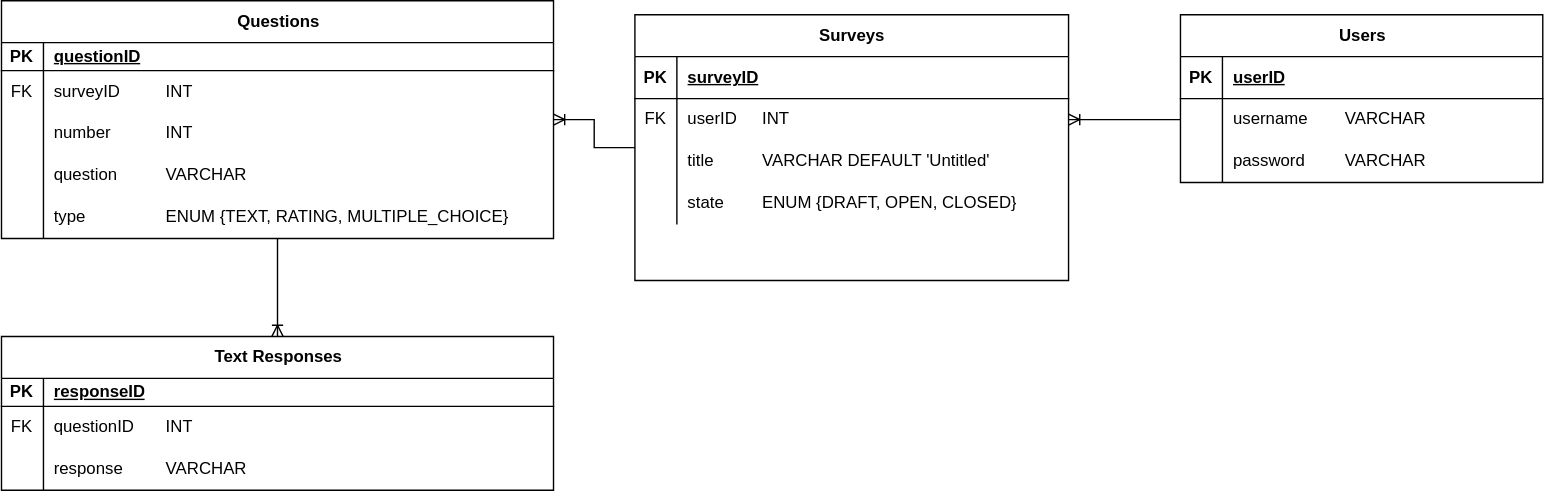
Earlier version of the draw.io export diagrams/db-schema.svg (JackieSL1/mini-survery-monkey). Source tidied: cells renumbered, new cells last; positions are measured from the earlier drawing's top-left corner, leaving out a move shared by most shapes.
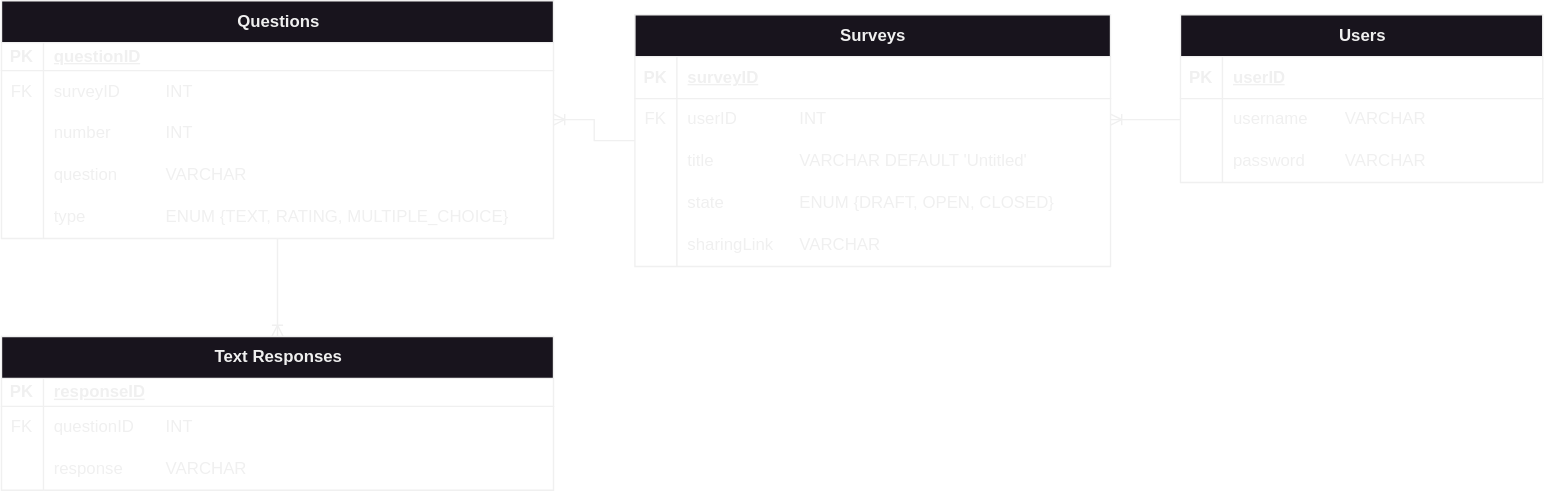
Above is the later version.

What changed in the source:
```diff
@@ -1,46 +1,55 @@
-<mxGraphModel background="#ffffff">
+<mxGraphModel>
   <root>
     <mxCell id="0" />
     <mxCell id="1" parent="0" />
     <mxCell id="2" value="Surveys" style="shape=table;startSize=30;rowLines=0;fontStyle=1;align=center;html=1;" parent="1" vertex="1">
-      <mxGeometry x="453" y="10" width="310" height="190" as="geometry" />
+      <mxGeometry x="453" y="10" width="340" height="180" as="geometry" />
     </mxCell>
     <mxCell id="3" style="shape=tableRow;horizontal=0;startSize=0;swimlaneHead=0;swimlaneBody=0;fillColor=none;top=0;left=0;right=0;bottom=1;" parent="2" vertex="1">
-      <mxGeometry y="30" width="310" height="30" as="geometry" />
+      <mxGeometry y="30" width="340" height="30" as="geometry" />
     </mxCell>
     <mxCell id="4" value="PK" style="shape=partialRectangle;fillColor=none;top=0;left=0;bottom=0;right=0;fontStyle=1;overflow=hidden;whiteSpace=wrap;html=1;" parent="3" vertex="1">
       <mxGeometry width="30" height="30" as="geometry" />
     </mxCell>
     <mxCell id="5" value="surveyID" style="shape=partialRectangle;fillColor=none;top=0;left=0;bottom=0;right=0;align=left;spacingLeft=6;fontStyle=5;overflow=hidden;whiteSpace=wrap;html=1;" parent="3" vertex="1">
-      <mxGeometry x="30" width="280" height="30" as="geometry" />
+      <mxGeometry x="30" width="310" height="30" as="geometry" />
     </mxCell>
     <mxCell id="6" style="shape=tableRow;horizontal=0;startSize=0;swimlaneHead=0;swimlaneBody=0;fillColor=none;points=[[0,0.5],[1,0.5]];portConstraint=eastwest;top=0;left=0;right=0;bottom=0;" parent="2" vertex="1">
-      <mxGeometry y="60" width="310" height="30" as="geometry" />
+      <mxGeometry y="60" width="340" height="30" as="geometry" />
     </mxCell>
     <mxCell id="7" value="FK" style="shape=partialRectangle;fillColor=none;top=0;left=0;bottom=0;right=0;overflow=hidden;whiteSpace=wrap;html=1;" parent="6" vertex="1">
       <mxGeometry width="30" height="30" as="geometry" />
     </mxCell>
-    <mxCell id="8" value="userID&lt;span style=&quot;white-space: pre;&quot;&gt;&#9;&lt;/span&gt;INT" style="shape=partialRectangle;fillColor=none;top=0;left=0;bottom=0;right=0;align=left;spacingLeft=6;overflow=hidden;whiteSpace=wrap;html=1;" parent="6" vertex="1">
-      <mxGeometry x="30" width="280" height="30" as="geometry" />
+    <mxCell id="8" value="userID&lt;span style=&quot;white-space: pre;&quot;&gt;&#9;&lt;span style=&quot;white-space: pre;&quot;&gt;&#9;&lt;/span&gt;&lt;/span&gt;INT" style="shape=partialRectangle;fillColor=none;top=0;left=0;bottom=0;right=0;align=left;spacingLeft=6;overflow=hidden;whiteSpace=wrap;html=1;" parent="6" vertex="1">
+      <mxGeometry x="30" width="310" height="30" as="geometry" />
     </mxCell>
     <mxCell id="9" style="shape=tableRow;horizontal=0;startSize=0;swimlaneHead=0;swimlaneBody=0;fillColor=none;top=0;left=0;right=0;bottom=0;" parent="2" vertex="1">
-      <mxGeometry y="90" width="310" height="30" as="geometry" />
+      <mxGeometry y="90" width="340" height="30" as="geometry" />
     </mxCell>
     <mxCell id="10" style="shape=partialRectangle;fillColor=none;top=0;left=0;bottom=0;right=0;overflow=hidden;whiteSpace=wrap;html=1;" parent="9" vertex="1">
       <mxGeometry width="30" height="30" as="geometry" />
     </mxCell>
-    <mxCell id="11" value="title&lt;span style=&quot;white-space: pre;&quot;&gt;&#9;&lt;span style=&quot;white-space: pre;&quot;&gt;&#9;&lt;/span&gt;&lt;/span&gt;VARCHAR DEFAULT 'Untitled'" style="shape=partialRectangle;fillColor=none;top=0;left=0;bottom=0;right=0;align=left;spacingLeft=6;overflow=hidden;whiteSpace=wrap;html=1;" parent="9" vertex="1">
-      <mxGeometry x="30" width="280" height="30" as="geometry" />
+    <mxCell id="11" value="title&lt;span style=&quot;white-space: pre;&quot;&gt;&#9;&lt;span style=&quot;white-space: pre;&quot;&gt;&#9;&lt;span style=&quot;white-space: pre;&quot;&gt;&#9;&lt;/span&gt;&lt;/span&gt;&lt;/span&gt;VARCHAR DEFAULT 'Untitled'" style="shape=partialRectangle;fillColor=none;top=0;left=0;bottom=0;right=0;align=left;spacingLeft=6;overflow=hidden;whiteSpace=wrap;html=1;" parent="9" vertex="1">
+      <mxGeometry x="30" width="310" height="30" as="geometry" />
     </mxCell>
     <mxCell id="12" style="shape=tableRow;horizontal=0;startSize=0;swimlaneHead=0;swimlaneBody=0;fillColor=none;top=0;left=0;right=0;bottom=0;" parent="2" vertex="1">
-      <mxGeometry y="120" width="310" height="30" as="geometry" />
+      <mxGeometry y="120" width="340" height="30" as="geometry" />
     </mxCell>
     <mxCell id="13" style="shape=partialRectangle;fillColor=none;top=0;left=0;bottom=0;right=0;overflow=hidden;whiteSpace=wrap;html=1;" parent="12" vertex="1">
       <mxGeometry width="30" height="30" as="geometry" />
     </mxCell>
-    <mxCell id="14" value="state&lt;span style=&quot;white-space: pre;&quot;&gt;&#9;&lt;/span&gt;ENUM {DRAFT, OPEN, CLOSED}" style="shape=partialRectangle;fillColor=none;top=0;left=0;bottom=0;right=0;align=left;spacingLeft=6;overflow=hidden;whiteSpace=wrap;html=1;" parent="12" vertex="1">
-      <mxGeometry x="30" width="280" height="30" as="geometry" />
+    <mxCell id="14" value="state&lt;span style=&quot;white-space: pre;&quot;&gt;&#9;&lt;span style=&quot;white-space: pre;&quot;&gt;&#9;&lt;/span&gt;&lt;/span&gt;ENUM {DRAFT, OPEN, CLOSED}" style="shape=partialRectangle;fillColor=none;top=0;left=0;bottom=0;right=0;align=left;spacingLeft=6;overflow=hidden;whiteSpace=wrap;html=1;" parent="12" vertex="1">
+      <mxGeometry x="30" width="310" height="30" as="geometry" />
     </mxCell>
+    <mxCell id="56" style="shape=tableRow;horizontal=0;startSize=0;swimlaneHead=0;swimlaneBody=0;fillColor=none;top=0;left=0;right=0;bottom=0;" parent="2" vertex="1">
+      <mxGeometry y="150" width="340" height="30" as="geometry" />
+    </mxCell>
+    <mxCell id="57" style="shape=partialRectangle;fillColor=none;top=0;left=0;bottom=0;right=0;overflow=hidden;whiteSpace=wrap;html=1;" parent="56" vertex="1">
+      <mxGeometry width="30" height="30" as="geometry" />
+    </mxCell>
+    <mxCell id="58" value="sharingLink&lt;span style=&quot;white-space: pre;&quot;&gt;&#9;&lt;/span&gt;VARCHAR" style="shape=partialRectangle;fillColor=none;top=0;left=0;bottom=0;right=0;align=left;spacingLeft=6;overflow=hidden;whiteSpace=wrap;html=1;" parent="56" vertex="1">
+      <mxGeometry x="30" width="310" height="30" as="geometry" />
+    </mxCell>
     <mxCell id="15" style="shape=partialRectangle;fillColor=none;top=0;left=0;bottom=0;right=0;overflow=hidden;whiteSpace=wrap;html=1;" parent="1" vertex="1">
       <mxGeometry x="728" y="75" width="30" height="30" as="geometry" />
     </mxCell>
```
